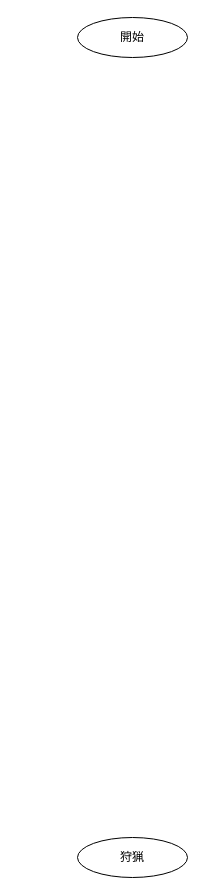
robotty1234/eyeSystem_ROS2_RP2040 keeps this draw.io diagram as page "eyeEncodeImg(eyeSystem_ROS2_RP2040.ino)" (2 of 2) of eyeSystem_ROS2_RP2040_system.drawio. Above is the earlier version. Source tidied: cells renumbered, new cells numbered last; positions are measured from the earlier drawing's top-left corner, leaving out a move shared by most shapes. Both pictures are drawn from the tidied source at 100%, with x=0, y=0 at pixel (77, 17).
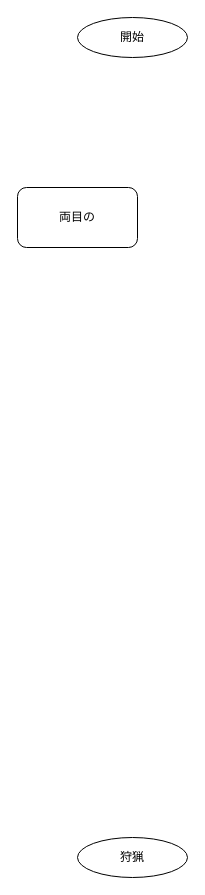
After the change.

Change to the diagram source:
```diff
@@
 <mxGraphModel>
   <root>
     <mxCell id="0" />
     <mxCell id="1" parent="0" />
     <mxCell id="2" value="開始" style="ellipse;whiteSpace=wrap;html=1;" parent="1" vertex="1">
       <mxGeometry width="110" height="40" as="geometry" />
     </mxCell>
     <mxCell id="3" value="狩猟" style="ellipse;whiteSpace=wrap;html=1;" parent="1" vertex="1">
       <mxGeometry y="820" width="110" height="40" as="geometry" />
     </mxCell>
+    <mxCell id="4" value="両目の" style="rounded=1;whiteSpace=wrap;html=1;" parent="1" vertex="1">
+      <mxGeometry x="-60" y="170" width="120" height="60" as="geometry" />
+    </mxCell>
   </root>
 </mxGraphModel>
```
